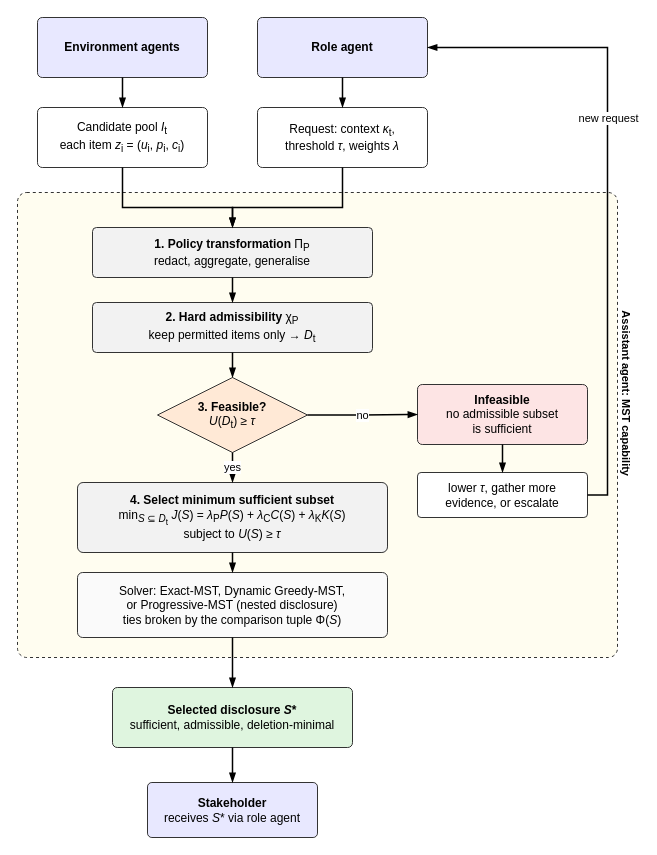
Before: figures/MST_flowchart.drawio in Narendarkumar1998/mst-minimum-sufficient-transparency, a draw.io diagram. Source tidied: cells renumbered, new cells numbered last; positions are measured from the earlier drawing's top-left corner, leaving out a move shared by most shapes. Both pictures are drawn from the tidied source at 100%, with x=0, y=0 at pixel (17, 17).
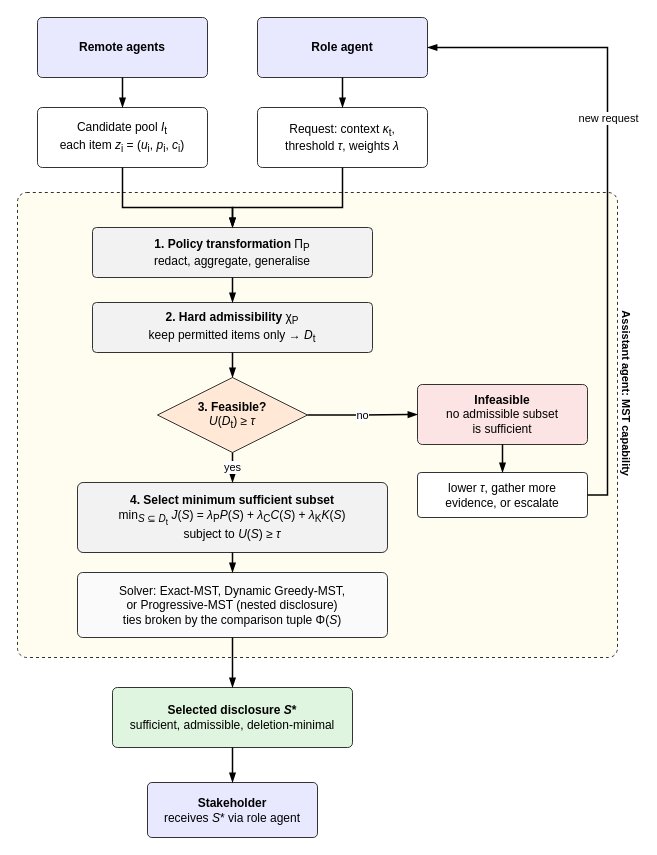
After the change.

What changed in the source:
```diff
@@
-    <mxCell id="4" value="&lt;b&gt;Environment agents&lt;/b&gt;" style="rounded=1;arcSize=8;fontFamily=Helvetica;fontSize=12;html=1;whiteSpace=wrap;fillColor=#E8E8FF;strokeColor=#333333;" parent="1" vertex="1">
+    <mxCell id="4" value="&lt;b&gt;Remote agents&lt;/b&gt;" style="rounded=1;arcSize=8;fontFamily=Helvetica;fontSize=12;html=1;whiteSpace=wrap;fillColor=#E8E8FF;strokeColor=#333333;" parent="1" vertex="1">
       <mxGeometry x="20" width="170" height="60" as="geometry" />
     </mxCell>
```
